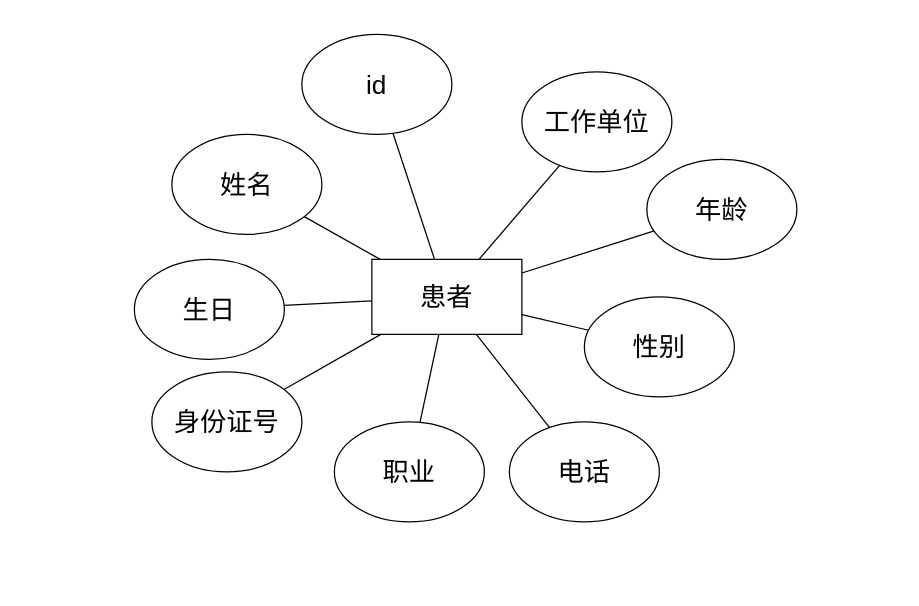
Earlier version of the draw.io diagram page "第 2 页" (2 of 9) of 用例图/医疗信息系统E-R图.drawio (yansiro145/-). Source tidied: cells renumbered, new cells numbered last; positions are measured from the earlier drawing's top-left corner, leaving out a move shared by most shapes. Both pictures are drawn from the tidied source at 125%, with x=0, y=0 at pixel (134, 34).
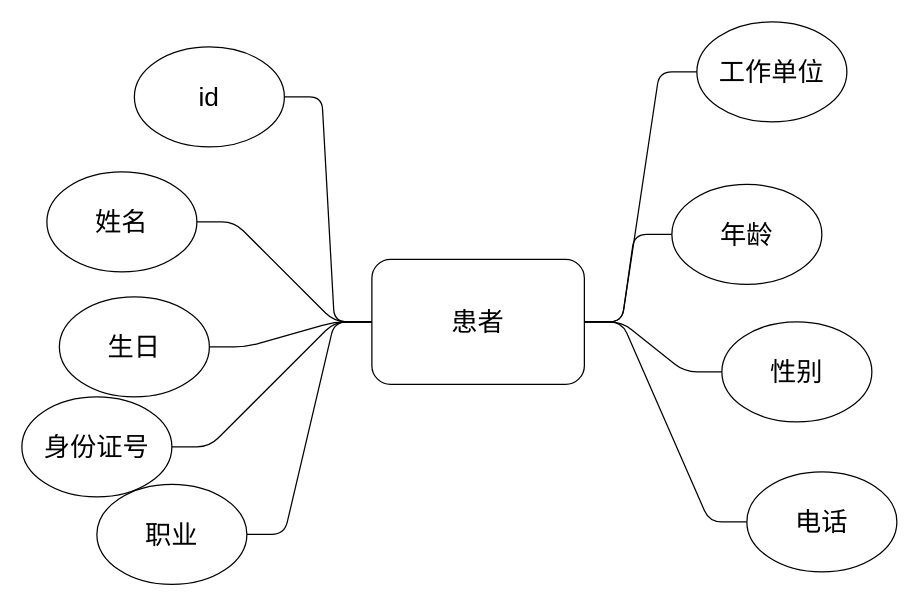
The same page after the edit.

Diff of the diagram source:
```diff
@@
-    <mxCell id="2" style="edgeStyle=none;rounded=0;jettySize=auto;html=1;fontFamily=Helvetica;fontSize=21;fontColor=default;endArrow=none;endFill=0;" parent="1" edge="1" source="11" target="20">
-      <mxGeometry relative="1" as="geometry" />
-    </mxCell>
-    <mxCell id="3" style="edgeStyle=none;rounded=0;jettySize=auto;html=1;fontFamily=Helvetica;fontSize=21;fontColor=default;endArrow=none;endFill=0;" parent="1" edge="1" source="11" target="19">
+    <mxCell id="3" style="edgeStyle=entityRelationEdgeStyle;jettySize=auto;html=1;fontFamily=Helvetica;fontSize=21;fontColor=default;endArrow=none;endFill=0;" parent="1" edge="1" source="11" target="19">
       <mxGeometry relative="1" as="geometry" />
     </mxCell>
-    <mxCell id="4" style="edgeStyle=none;rounded=0;jettySize=auto;html=1;fontFamily=Helvetica;fontSize=21;fontColor=default;endArrow=none;endFill=0;" parent="1" edge="1" source="11" target="18">
+    <mxCell id="4" style="edgeStyle=entityRelationEdgeStyle;jettySize=auto;html=1;fontFamily=Helvetica;fontSize=21;fontColor=default;endArrow=none;endFill=0;" parent="1" edge="1" source="11" target="18">
       <mxGeometry relative="1" as="geometry" />
     </mxCell>
-    <mxCell id="5" style="edgeStyle=none;rounded=0;jettySize=auto;html=1;fontFamily=Helvetica;fontSize=21;fontColor=default;endArrow=none;endFill=0;" parent="1" edge="1" source="11" target="17">
+    <mxCell id="5" style="edgeStyle=entityRelationEdgeStyle;jettySize=auto;html=1;fontFamily=Helvetica;fontSize=21;fontColor=default;endArrow=none;endFill=0;" parent="1" edge="1" source="11" target="17">
       <mxGeometry relative="1" as="geometry" />
     </mxCell>
-    <mxCell id="6" style="edgeStyle=none;rounded=0;jettySize=auto;html=1;fontFamily=Helvetica;fontSize=21;fontColor=default;endArrow=none;endFill=0;" parent="1" edge="1" source="11" target="16">
+    <mxCell id="6" style="edgeStyle=entityRelationEdgeStyle;jettySize=auto;html=1;fontFamily=Helvetica;fontSize=21;fontColor=default;endArrow=none;endFill=0;" parent="1" edge="1" source="11" target="16">
       <mxGeometry relative="1" as="geometry" />
     </mxCell>
-    <mxCell id="7" style="edgeStyle=none;rounded=0;jettySize=auto;html=1;fontFamily=Helvetica;fontSize=21;fontColor=default;endArrow=none;endFill=0;" parent="1" edge="1" source="11" target="15">
+    <mxCell id="7" style="edgeStyle=entityRelationEdgeStyle;jettySize=auto;html=1;fontFamily=Helvetica;fontSize=21;fontColor=default;endArrow=none;endFill=0;" parent="1" edge="1" source="11" target="15">
       <mxGeometry relative="1" as="geometry" />
     </mxCell>
-    <mxCell id="8" style="edgeStyle=none;rounded=0;jettySize=auto;html=1;fontFamily=Helvetica;fontSize=21;fontColor=default;endArrow=none;endFill=0;" parent="1" edge="1" source="11" target="14">
+    <mxCell id="8" style="edgeStyle=entityRelationEdgeStyle;jettySize=auto;html=1;fontFamily=Helvetica;fontSize=21;fontColor=default;endArrow=none;endFill=0;" parent="1" edge="1" source="11" target="14">
       <mxGeometry relative="1" as="geometry" />
     </mxCell>
-    <mxCell id="9" style="edgeStyle=none;rounded=0;jettySize=auto;html=1;fontFamily=Helvetica;fontSize=21;fontColor=default;endArrow=none;endFill=0;" parent="1" edge="1" source="11" target="12">
+    <mxCell id="9" style="edgeStyle=entityRelationEdgeStyle;jettySize=auto;html=1;fontFamily=Helvetica;fontSize=21;fontColor=default;endArrow=none;endFill=0;" parent="1" edge="1" source="11" target="12">
       <mxGeometry relative="1" as="geometry" />
     </mxCell>
-    <mxCell id="10" style="edgeStyle=none;rounded=0;jettySize=auto;html=1;fontFamily=Helvetica;fontSize=21;fontColor=default;endArrow=none;endFill=0;" parent="1" edge="1" source="11" target="13">
+    <mxCell id="10" style="edgeStyle=entityRelationEdgeStyle;jettySize=auto;html=1;fontFamily=Helvetica;fontSize=21;fontColor=default;endArrow=none;endFill=0;" parent="1" edge="1" source="11" target="13">
       <mxGeometry relative="1" as="geometry" />
     </mxCell>
-    <mxCell id="11" value="患者" style="rounded=0;whiteSpace=wrap;html=1;fontSize=21;" parent="1" vertex="1">
-      <mxGeometry x="190" y="180" width="120" height="60" as="geometry" />
+    <mxCell id="11" value="患者" style="rounded=1;whiteSpace=wrap;html=1;fontSize=21;labelBackgroundColor=default;endArrow=none;endFill=0;" parent="1" vertex="1">
+      <mxGeometry x="190" y="180" width="170" height="100" as="geometry" />
     </mxCell>
-    <mxCell id="12" value="&lt;font style=&quot;font-size: 21px;&quot;&gt;id&lt;/font&gt;" style="ellipse;whiteSpace=wrap;html=1;fontSize=21;" parent="1" vertex="1">
-      <mxGeometry x="134" width="120" height="80" as="geometry" />
+    <mxCell id="12" value="&lt;font style=&quot;font-size: 21px;&quot;&gt;id&lt;/font&gt;" style="ellipse;whiteSpace=wrap;html=1;fontSize=21;labelBackgroundColor=default;endArrow=none;rounded=1;endFill=0;" parent="1" vertex="1">
+      <mxGeometry y="10" width="120" height="80" as="geometry" />
     </mxCell>
-    <mxCell id="13" value="姓名" style="ellipse;whiteSpace=wrap;html=1;fontSize=21;" parent="1" vertex="1">
-      <mxGeometry x="30" y="80" width="120" height="80" as="geometry" />
+    <mxCell id="13" value="姓名" style="ellipse;whiteSpace=wrap;html=1;fontSize=21;labelBackgroundColor=default;endArrow=none;rounded=1;endFill=0;" parent="1" vertex="1">
+      <mxGeometry x="-70" y="110" width="120" height="80" as="geometry" />
     </mxCell>
-    <mxCell id="14" value="生日" style="ellipse;whiteSpace=wrap;html=1;fontSize=21;" parent="1" vertex="1">
-      <mxGeometry y="180" width="120" height="80" as="geometry" />
+    <mxCell id="14" value="生日" style="ellipse;whiteSpace=wrap;html=1;fontSize=21;labelBackgroundColor=default;endArrow=none;rounded=1;endFill=0;" parent="1" vertex="1">
+      <mxGeometry x="-60" y="210" width="120" height="80" as="geometry" />
     </mxCell>
-    <mxCell id="15" value="身份证号" style="ellipse;whiteSpace=wrap;html=1;fontSize=21;" parent="1" vertex="1">
-      <mxGeometry x="14" y="270" width="120" height="80" as="geometry" />
+    <mxCell id="15" value="身份证号" style="ellipse;whiteSpace=wrap;html=1;fontSize=21;labelBackgroundColor=default;endArrow=none;rounded=1;endFill=0;" parent="1" vertex="1">
+      <mxGeometry x="-90" y="290" width="120" height="80" as="geometry" />
     </mxCell>
-    <mxCell id="16" value="职业" style="ellipse;whiteSpace=wrap;html=1;fontSize=21;" parent="1" vertex="1">
-      <mxGeometry x="160" y="310" width="120" height="80" as="geometry" />
+    <mxCell id="16" value="职业" style="ellipse;whiteSpace=wrap;html=1;fontSize=21;labelBackgroundColor=default;endArrow=none;rounded=1;endFill=0;" parent="1" vertex="1">
+      <mxGeometry x="-30" y="360" width="120" height="80" as="geometry" />
     </mxCell>
-    <mxCell id="17" value="电话" style="ellipse;whiteSpace=wrap;html=1;fontSize=21;" parent="1" vertex="1">
-      <mxGeometry x="300" y="310" width="120" height="80" as="geometry" />
+    <mxCell id="17" value="电话" style="ellipse;whiteSpace=wrap;html=1;fontSize=21;labelBackgroundColor=default;endArrow=none;rounded=1;endFill=0;" parent="1" vertex="1">
+      <mxGeometry x="490" y="350" width="120" height="80" as="geometry" />
     </mxCell>
-    <mxCell id="18" value="性别" style="ellipse;whiteSpace=wrap;html=1;fontSize=21;" parent="1" vertex="1">
-      <mxGeometry x="360" y="210" width="120" height="80" as="geometry" />
+    <mxCell id="18" value="性别" style="ellipse;whiteSpace=wrap;html=1;fontSize=21;labelBackgroundColor=default;endArrow=none;rounded=1;endFill=0;" parent="1" vertex="1">
+      <mxGeometry x="470" y="230" width="120" height="80" as="geometry" />
     </mxCell>
     <mxCell id="19" value="年龄" style="ellipse;whiteSpace=wrap;html=1;fontSize=21;" parent="1" vertex="1">
-      <mxGeometry x="410" y="100" width="120" height="80" as="geometry" />
+      <mxGeometry x="430" y="120" width="120" height="80" as="geometry" />
     </mxCell>
-    <mxCell id="20" value="工作单位" style="ellipse;whiteSpace=wrap;html=1;fontSize=21;" parent="1" vertex="1">
-      <mxGeometry x="310" y="30" width="120" height="80" as="geometry" />
+    <mxCell id="20" value="工作单位" style="ellipse;whiteSpace=wrap;html=1;fontSize=21;labelBackgroundColor=default;endArrow=none;rounded=1;endFill=0;" parent="1" vertex="1">
+      <mxGeometry x="450" y="-10" width="120" height="80" as="geometry" />
     </mxCell>
+    <mxCell id="2" style="edgeStyle=entityRelationEdgeStyle;jettySize=auto;html=1;fontFamily=Helvetica;fontSize=21;fontColor=default;endArrow=none;endFill=0;" parent="1" edge="1" source="11" target="20">
+      <mxGeometry relative="1" as="geometry" />
+    </mxCell>
```
